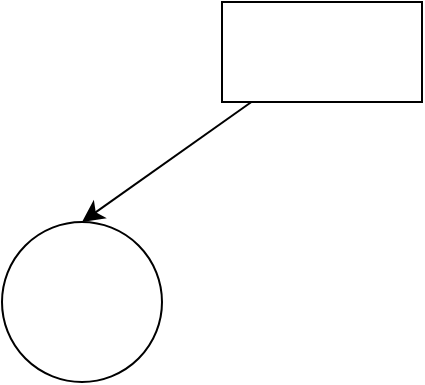
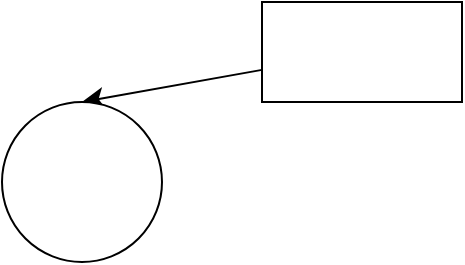
<mxfile host="app.diagrams.net" agent="Mozilla/5.0 (Linux; Android 10; K) AppleWebKit/537.36 (KHTML, like Gecko) Chrome/135.0.0.0 Mobile Safari/537.36">
  <diagram name="第 1 页" id="pEAox57lCfPmczEiAxKE">
    <mxGraphModel dx="324" dy="561" grid="1" gridSize="10" guides="1" tooltips="1" connect="1" arrows="1" fold="1" page="1" pageScale="1" pageWidth="827" pageHeight="1169" math="0" shadow="0">
      <root>
        <mxCell id="0" />
        <mxCell id="1" parent="0" />
        <mxCell id="8ibmsg1ke8ZTpoNWk6o7-3" edge="1" parent="1" source="8ibmsg1ke8ZTpoNWk6o7-1" style="edgeStyle=none;curved=1;rounded=0;orthogonalLoop=1;jettySize=auto;html=1;fontSize=12;startSize=8;endSize=8;entryX=0.5;entryY=0;entryDx=0;entryDy=0;entryPerimeter=0;" target="8ibmsg1ke8ZTpoNWk6o7-2" value="">
          <mxGeometry relative="1" as="geometry" />
        </mxCell>
        <mxCell id="8ibmsg1ke8ZTpoNWk6o7-1" parent="1" style="whiteSpace=wrap;html=1;" value="" vertex="1">
-           <mxGeometry height="50" width="100" x="170" y="200" as="geometry" />
+           <mxGeometry height="50" width="100" x="190" y="260" as="geometry" />
        </mxCell>
        <mxCell id="8ibmsg1ke8ZTpoNWk6o7-2" parent="1" style="ellipse;whiteSpace=wrap;html=1;" value="" vertex="1">
          <mxGeometry height="80" width="80" x="60" y="310" as="geometry" />
        </mxCell>
      </root>
    </mxGraphModel>
  </diagram>
</mxfile>
